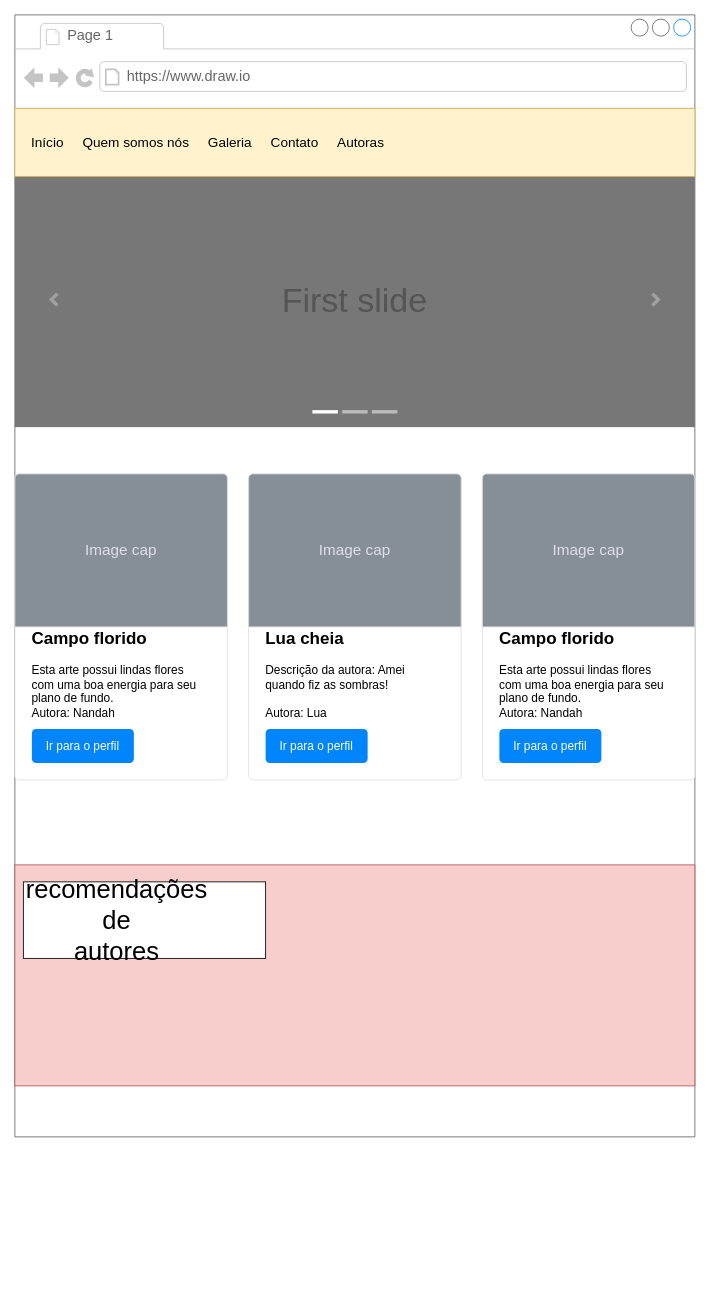
Earlier version of the draw.io diagram Untitled Diagram.drawio (NandahBrodt/Prototipo_HOW2). Source tidied: cells renumbered, new cells numbered last; positions are measured from the earlier drawing's top-left corner, leaving out a move shared by most shapes. Both pictures are drawn from the tidied source at 85%, with x=0, y=0 at pixel (14, 14).
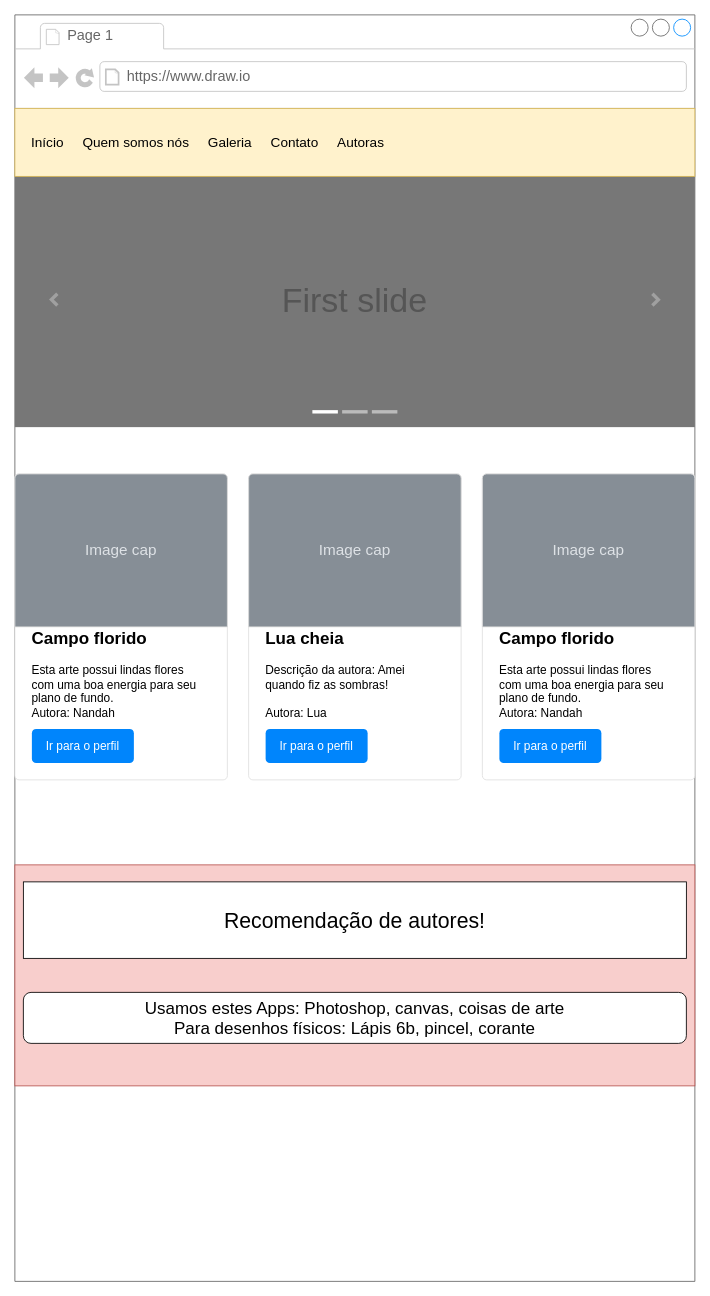
The same diagram, later.

Commit message:
falta os contatos

Diff of the diagram source:
```diff
@@
     <mxCell id="2" style="strokeWidth=1;shadow=0;dashed=0;align=center;html=1;shape=mxgraph.mockup.containers.browserWindow;rSize=0;strokeColor=#666666;strokeColor2=#008cff;strokeColor3=#c4c4c4;mainText=,;" parent="1" vertex="1">
-      <mxGeometry width="800" height="1320" as="geometry" />
+      <mxGeometry width="800" height="1490" as="geometry" />
     </mxCell>
@@
     <mxCell id="22" style="rounded=0;whiteSpace=wrap;html=1;" parent="1" vertex="1">
-      <mxGeometry x="10" y="1020" width="285" height="90" as="geometry" />
+      <mxGeometry x="10" y="1020" width="780" height="90" as="geometry" />
     </mxCell>
-    <mxCell id="23" value="&lt;span style=&quot;font-size: 30px&quot;&gt;recomendações&lt;br&gt;de&lt;br&gt;autores&lt;br&gt;&lt;/span&gt;" style="text;html=1;strokeColor=none;fillColor=none;align=center;verticalAlign=middle;whiteSpace=wrap;rounded=0;" parent="1" vertex="1">
-      <mxGeometry x="40" y="1035" width="160" height="60" as="geometry" />
+    <mxCell id="23" value="&lt;span style=&quot;font-size: 25px&quot;&gt;Recomendação de autores!&lt;br&gt;&lt;/span&gt;" style="text;html=1;strokeColor=none;fillColor=none;align=center;verticalAlign=middle;whiteSpace=wrap;rounded=0;" parent="1" vertex="1">
+      <mxGeometry x="10" y="1035" width="780" height="60" as="geometry" />
     </mxCell>
+    <mxCell id="24" value="&lt;span style=&quot;font-size: 20px&quot;&gt;Usamos estes Apps: Photoshop, canvas, coisas de arte&lt;br&gt;Para desenhos físicos: Lápis 6b, pincel, corante&lt;br&gt;&lt;/span&gt;" style="rounded=1;whiteSpace=wrap;html=1;" parent="1" vertex="1">
+      <mxGeometry x="10" y="1150" width="780" height="60" as="geometry" />
+    </mxCell>
```
